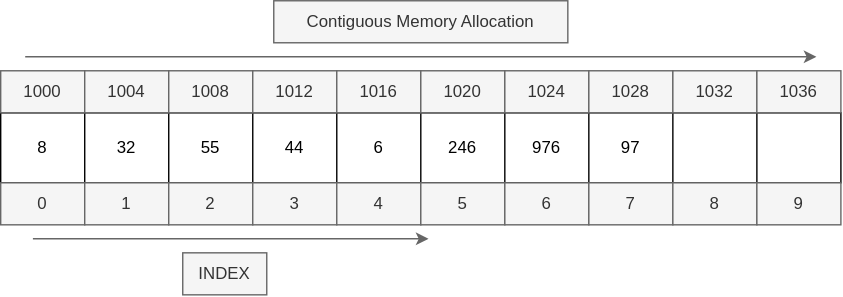
Above: images/arrays/array1D.svg in DeekshaPhaneendraReddyUmmadi/Data-Structures-And-Algorithms (draw.io), before the change. Source tidied: cells renumbered, new cells last; positions are measured from the earlier drawing's top-left corner, leaving out a move shared by most shapes.
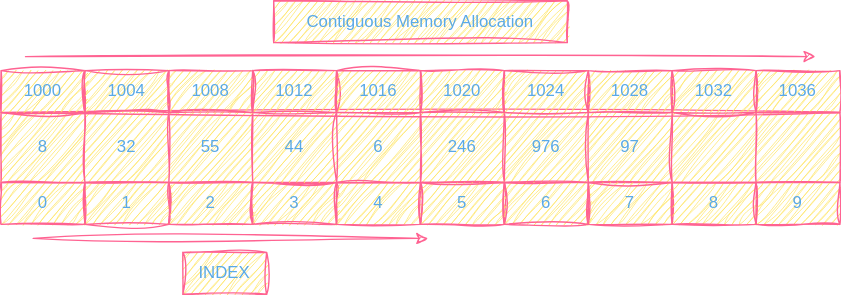
After the change.

What changed in the source:
```diff
@@ -2,163 +2,163 @@
   <root>
     <mxCell id="0" />
     <mxCell id="1" parent="0" />
-    <mxCell id="2" style="rounded=0;whiteSpace=wrap;html=1;" parent="1" vertex="1">
+    <mxCell id="2" style="rounded=0;whiteSpace=wrap;html=1;sketch=1;curveFitting=1;jiggle=2;labelBackgroundColor=none;fillColor=#FFE45E;strokeColor=#FF6392;fontColor=#5AA9E6;" parent="1" vertex="1">
       <mxGeometry y="80" width="600" height="50" as="geometry" />
     </mxCell>
-    <mxCell id="3" style="endArrow=none;html=1;rounded=0;" parent="1" edge="1">
+    <mxCell id="3" style="endArrow=none;html=1;rounded=0;sketch=1;curveFitting=1;jiggle=2;labelBackgroundColor=none;strokeColor=#FF6392;fontColor=default;" parent="1" edge="1">
       <mxGeometry relative="1" as="geometry">
         <mxPoint x="60" y="130" as="sourcePoint" />
         <mxPoint x="60" y="80" as="targetPoint" />
       </mxGeometry>
     </mxCell>
-    <mxCell id="4" style="endArrow=none;html=1;rounded=0;" parent="1" edge="1">
+    <mxCell id="4" style="endArrow=none;html=1;rounded=0;sketch=1;curveFitting=1;jiggle=2;labelBackgroundColor=none;strokeColor=#FF6392;fontColor=default;" parent="1" edge="1">
       <mxGeometry relative="1" as="geometry">
         <mxPoint x="120" y="130" as="sourcePoint" />
         <mxPoint x="120" y="80" as="targetPoint" />
       </mxGeometry>
     </mxCell>
-    <mxCell id="5" style="endArrow=none;html=1;rounded=0;" parent="1" edge="1">
+    <mxCell id="5" style="endArrow=none;html=1;rounded=0;sketch=1;curveFitting=1;jiggle=2;labelBackgroundColor=none;strokeColor=#FF6392;fontColor=default;" parent="1" edge="1">
       <mxGeometry relative="1" as="geometry">
         <mxPoint x="180" y="130" as="sourcePoint" />
         <mxPoint x="180" y="80" as="targetPoint" />
       </mxGeometry>
     </mxCell>
-    <mxCell id="6" style="endArrow=none;html=1;rounded=0;" parent="1" edge="1">
+    <mxCell id="6" style="endArrow=none;html=1;rounded=0;sketch=1;curveFitting=1;jiggle=2;labelBackgroundColor=none;strokeColor=#FF6392;fontColor=default;" parent="1" edge="1">
       <mxGeometry relative="1" as="geometry">
         <mxPoint x="240" y="130" as="sourcePoint" />
         <mxPoint x="240" y="80" as="targetPoint" />
       </mxGeometry>
     </mxCell>
-    <mxCell id="7" style="endArrow=none;html=1;rounded=0;" parent="1" edge="1">
+    <mxCell id="7" style="endArrow=none;html=1;rounded=0;sketch=1;curveFitting=1;jiggle=2;labelBackgroundColor=none;strokeColor=#FF6392;fontColor=default;" parent="1" edge="1">
       <mxGeometry relative="1" as="geometry">
         <mxPoint x="300" y="130" as="sourcePoint" />
         <mxPoint x="300" y="80" as="targetPoint" />
       </mxGeometry>
     </mxCell>
-    <mxCell id="8" style="endArrow=none;html=1;rounded=0;" parent="1" edge="1">
+    <mxCell id="8" style="endArrow=none;html=1;rounded=0;sketch=1;curveFitting=1;jiggle=2;labelBackgroundColor=none;strokeColor=#FF6392;fontColor=default;" parent="1" edge="1">
       <mxGeometry relative="1" as="geometry">
         <mxPoint x="360" y="130" as="sourcePoint" />
         <mxPoint x="360" y="80" as="targetPoint" />
       </mxGeometry>
     </mxCell>
-    <mxCell id="9" style="endArrow=none;html=1;rounded=0;" parent="1" edge="1">
+    <mxCell id="9" style="endArrow=none;html=1;rounded=0;sketch=1;curveFitting=1;jiggle=2;labelBackgroundColor=none;strokeColor=#FF6392;fontColor=default;" parent="1" edge="1">
       <mxGeometry relative="1" as="geometry">
         <mxPoint x="420" y="130" as="sourcePoint" />
         <mxPoint x="420" y="80" as="targetPoint" />
       </mxGeometry>
     </mxCell>
-    <mxCell id="10" style="endArrow=none;html=1;rounded=0;" parent="1" edge="1">
+    <mxCell id="10" style="endArrow=none;html=1;rounded=0;sketch=1;curveFitting=1;jiggle=2;labelBackgroundColor=none;strokeColor=#FF6392;fontColor=default;" parent="1" edge="1">
       <mxGeometry relative="1" as="geometry">
         <mxPoint x="480" y="130" as="sourcePoint" />
         <mxPoint x="480" y="80" as="targetPoint" />
       </mxGeometry>
     </mxCell>
-    <mxCell id="11" value="8" style="text;html=1;align=center;verticalAlign=middle;whiteSpace=wrap;rounded=0;" parent="1" vertex="1">
+    <mxCell id="11" value="8" style="text;html=1;align=center;verticalAlign=middle;whiteSpace=wrap;rounded=0;sketch=1;curveFitting=1;jiggle=2;labelBackgroundColor=none;fontColor=#5AA9E6;" parent="1" vertex="1">
       <mxGeometry y="80" width="60" height="50" as="geometry" />
     </mxCell>
-    <mxCell id="12" value="32" style="text;html=1;align=center;verticalAlign=middle;whiteSpace=wrap;rounded=0;" parent="1" vertex="1">
+    <mxCell id="12" value="32" style="text;html=1;align=center;verticalAlign=middle;whiteSpace=wrap;rounded=0;sketch=1;curveFitting=1;jiggle=2;labelBackgroundColor=none;fontColor=#5AA9E6;" parent="1" vertex="1">
       <mxGeometry x="60" y="80" width="60" height="50" as="geometry" />
     </mxCell>
-    <mxCell id="13" value="55" style="text;html=1;align=center;verticalAlign=middle;whiteSpace=wrap;rounded=0;" parent="1" vertex="1">
+    <mxCell id="13" value="55" style="text;html=1;align=center;verticalAlign=middle;whiteSpace=wrap;rounded=0;sketch=1;curveFitting=1;jiggle=2;labelBackgroundColor=none;fontColor=#5AA9E6;" parent="1" vertex="1">
       <mxGeometry x="120" y="80" width="60" height="50" as="geometry" />
     </mxCell>
-    <mxCell id="14" value="44" style="text;html=1;align=center;verticalAlign=middle;whiteSpace=wrap;rounded=0;" parent="1" vertex="1">
+    <mxCell id="14" value="44" style="text;html=1;align=center;verticalAlign=middle;whiteSpace=wrap;rounded=0;sketch=1;curveFitting=1;jiggle=2;labelBackgroundColor=none;fontColor=#5AA9E6;" parent="1" vertex="1">
       <mxGeometry x="180" y="80" width="60" height="50" as="geometry" />
     </mxCell>
-    <mxCell id="15" value="6" style="text;html=1;align=center;verticalAlign=middle;whiteSpace=wrap;rounded=0;" parent="1" vertex="1">
+    <mxCell id="15" value="6" style="text;html=1;align=center;verticalAlign=middle;whiteSpace=wrap;rounded=0;sketch=1;curveFitting=1;jiggle=2;labelBackgroundColor=none;fontColor=#5AA9E6;" parent="1" vertex="1">
       <mxGeometry x="240" y="80" width="60" height="50" as="geometry" />
     </mxCell>
-    <mxCell id="16" value="246" style="text;html=1;align=center;verticalAlign=middle;whiteSpace=wrap;rounded=0;" parent="1" vertex="1">
+    <mxCell id="16" value="246" style="text;html=1;align=center;verticalAlign=middle;whiteSpace=wrap;rounded=0;sketch=1;curveFitting=1;jiggle=2;labelBackgroundColor=none;fontColor=#5AA9E6;" parent="1" vertex="1">
       <mxGeometry x="300" y="80" width="60" height="50" as="geometry" />
     </mxCell>
-    <mxCell id="17" value="976" style="text;html=1;align=center;verticalAlign=middle;whiteSpace=wrap;rounded=0;" parent="1" vertex="1">
+    <mxCell id="17" value="976" style="text;html=1;align=center;verticalAlign=middle;whiteSpace=wrap;rounded=0;sketch=1;curveFitting=1;jiggle=2;labelBackgroundColor=none;fontColor=#5AA9E6;" parent="1" vertex="1">
       <mxGeometry x="360" y="80" width="60" height="50" as="geometry" />
     </mxCell>
-    <mxCell id="18" style="endArrow=none;html=1;rounded=0;" parent="1" edge="1">
+    <mxCell id="18" style="endArrow=none;html=1;rounded=0;sketch=1;curveFitting=1;jiggle=2;labelBackgroundColor=none;strokeColor=#FF6392;fontColor=default;" parent="1" edge="1">
       <mxGeometry relative="1" as="geometry">
         <mxPoint x="540" y="130" as="sourcePoint" />
         <mxPoint x="540" y="80" as="targetPoint" />
       </mxGeometry>
     </mxCell>
-    <mxCell id="19" value="97" style="text;html=1;align=center;verticalAlign=middle;whiteSpace=wrap;rounded=0;" parent="1" vertex="1">
+    <mxCell id="19" value="97" style="text;html=1;align=center;verticalAlign=middle;whiteSpace=wrap;rounded=0;sketch=1;curveFitting=1;jiggle=2;labelBackgroundColor=none;fontColor=#5AA9E6;" parent="1" vertex="1">
       <mxGeometry x="420" y="80" width="60" height="50" as="geometry" />
     </mxCell>
-    <mxCell id="20" value="1000" style="text;html=1;align=center;verticalAlign=middle;whiteSpace=wrap;rounded=0;fillColor=#f5f5f5;strokeColor=#666666;fontColor=#333333;" parent="1" vertex="1">
+    <mxCell id="20" value="1000" style="text;html=1;align=center;verticalAlign=middle;whiteSpace=wrap;rounded=0;fillColor=#FFE45E;strokeColor=#FF6392;fontColor=#5AA9E6;sketch=1;curveFitting=1;jiggle=2;labelBackgroundColor=none;" parent="1" vertex="1">
       <mxGeometry y="50" width="60" height="30" as="geometry" />
     </mxCell>
-    <mxCell id="21" value="1004" style="text;html=1;align=center;verticalAlign=middle;whiteSpace=wrap;rounded=0;fillColor=#f5f5f5;strokeColor=#666666;fontColor=#333333;" parent="1" vertex="1">
+    <mxCell id="21" value="1004" style="text;html=1;align=center;verticalAlign=middle;whiteSpace=wrap;rounded=0;fillColor=#FFE45E;strokeColor=#FF6392;fontColor=#5AA9E6;sketch=1;curveFitting=1;jiggle=2;labelBackgroundColor=none;" parent="1" vertex="1">
       <mxGeometry x="60" y="50" width="60" height="30" as="geometry" />
     </mxCell>
-    <mxCell id="22" value="1008" style="text;html=1;align=center;verticalAlign=middle;whiteSpace=wrap;rounded=0;fillColor=#f5f5f5;strokeColor=#666666;fontColor=#333333;" parent="1" vertex="1">
+    <mxCell id="22" value="1008" style="text;html=1;align=center;verticalAlign=middle;whiteSpace=wrap;rounded=0;fillColor=#FFE45E;strokeColor=#FF6392;fontColor=#5AA9E6;sketch=1;curveFitting=1;jiggle=2;labelBackgroundColor=none;" parent="1" vertex="1">
       <mxGeometry x="120" y="50" width="60" height="30" as="geometry" />
     </mxCell>
-    <mxCell id="23" value="1012" style="text;html=1;align=center;verticalAlign=middle;whiteSpace=wrap;rounded=0;fillColor=#f5f5f5;strokeColor=#666666;fontColor=#333333;" parent="1" vertex="1">
+    <mxCell id="23" value="1012" style="text;html=1;align=center;verticalAlign=middle;whiteSpace=wrap;rounded=0;fillColor=#FFE45E;strokeColor=#FF6392;fontColor=#5AA9E6;sketch=1;curveFitting=1;jiggle=2;labelBackgroundColor=none;" parent="1" vertex="1">
       <mxGeometry x="180" y="50" width="60" height="30" as="geometry" />
     </mxCell>
-    <mxCell id="24" value="1016" style="text;html=1;align=center;verticalAlign=middle;whiteSpace=wrap;rounded=0;fillColor=#f5f5f5;strokeColor=#666666;fontColor=#333333;" parent="1" vertex="1">
+    <mxCell id="24" value="1016" style="text;html=1;align=center;verticalAlign=middle;whiteSpace=wrap;rounded=0;fillColor=#FFE45E;strokeColor=#FF6392;fontColor=#5AA9E6;sketch=1;curveFitting=1;jiggle=2;labelBackgroundColor=none;" parent="1" vertex="1">
       <mxGeometry x="240" y="50" width="60" height="30" as="geometry" />
     </mxCell>
-    <mxCell id="25" value="1020" style="text;html=1;align=center;verticalAlign=middle;whiteSpace=wrap;rounded=0;fillColor=#f5f5f5;strokeColor=#666666;fontColor=#333333;" parent="1" vertex="1">
+    <mxCell id="25" value="1020" style="text;html=1;align=center;verticalAlign=middle;whiteSpace=wrap;rounded=0;fillColor=#FFE45E;strokeColor=#FF6392;fontColor=#5AA9E6;sketch=1;curveFitting=1;jiggle=2;labelBackgroundColor=none;" parent="1" vertex="1">
       <mxGeometry x="300" y="50" width="60" height="30" as="geometry" />
     </mxCell>
-    <mxCell id="26" value="1024" style="text;html=1;align=center;verticalAlign=middle;whiteSpace=wrap;rounded=0;fillColor=#f5f5f5;strokeColor=#666666;fontColor=#333333;" parent="1" vertex="1">
+    <mxCell id="26" value="1024" style="text;html=1;align=center;verticalAlign=middle;whiteSpace=wrap;rounded=0;fillColor=#FFE45E;strokeColor=#FF6392;fontColor=#5AA9E6;sketch=1;curveFitting=1;jiggle=2;labelBackgroundColor=none;" parent="1" vertex="1">
       <mxGeometry x="360" y="50" width="60" height="30" as="geometry" />
     </mxCell>
-    <mxCell id="27" value="1028" style="text;html=1;align=center;verticalAlign=middle;whiteSpace=wrap;rounded=0;fillColor=#f5f5f5;strokeColor=#666666;fontColor=#333333;" parent="1" vertex="1">
+    <mxCell id="27" value="1028" style="text;html=1;align=center;verticalAlign=middle;whiteSpace=wrap;rounded=0;fillColor=#FFE45E;strokeColor=#FF6392;fontColor=#5AA9E6;sketch=1;curveFitting=1;jiggle=2;labelBackgroundColor=none;" parent="1" vertex="1">
       <mxGeometry x="420" y="50" width="60" height="30" as="geometry" />
     </mxCell>
-    <mxCell id="28" value="1032" style="text;html=1;align=center;verticalAlign=middle;whiteSpace=wrap;rounded=0;fillColor=#f5f5f5;strokeColor=#666666;fontColor=#333333;" parent="1" vertex="1">
+    <mxCell id="28" value="1032" style="text;html=1;align=center;verticalAlign=middle;whiteSpace=wrap;rounded=0;fillColor=#FFE45E;strokeColor=#FF6392;fontColor=#5AA9E6;sketch=1;curveFitting=1;jiggle=2;labelBackgroundColor=none;" parent="1" vertex="1">
       <mxGeometry x="480" y="50" width="60" height="30" as="geometry" />
     </mxCell>
-    <mxCell id="29" value="1036" style="text;html=1;align=center;verticalAlign=middle;whiteSpace=wrap;rounded=0;fillColor=#f5f5f5;strokeColor=#666666;fontColor=#333333;" parent="1" vertex="1">
+    <mxCell id="29" value="1036" style="text;html=1;align=center;verticalAlign=middle;whiteSpace=wrap;rounded=0;fillColor=#FFE45E;strokeColor=#FF6392;fontColor=#5AA9E6;sketch=1;curveFitting=1;jiggle=2;labelBackgroundColor=none;" parent="1" vertex="1">
       <mxGeometry x="540" y="50" width="60" height="30" as="geometry" />
     </mxCell>
-    <mxCell id="30" value="0" style="text;html=1;align=center;verticalAlign=middle;whiteSpace=wrap;rounded=0;fillColor=#f5f5f5;strokeColor=#666666;fontColor=#333333;" parent="1" vertex="1">
+    <mxCell id="30" value="0" style="text;html=1;align=center;verticalAlign=middle;whiteSpace=wrap;rounded=0;fillColor=#FFE45E;strokeColor=#FF6392;fontColor=#5AA9E6;sketch=1;curveFitting=1;jiggle=2;labelBackgroundColor=none;" parent="1" vertex="1">
       <mxGeometry y="130" width="60" height="30" as="geometry" />
     </mxCell>
-    <mxCell id="31" value="1" style="text;html=1;align=center;verticalAlign=middle;whiteSpace=wrap;rounded=0;fillColor=#f5f5f5;strokeColor=#666666;fontColor=#333333;" parent="1" vertex="1">
+    <mxCell id="31" value="1" style="text;html=1;align=center;verticalAlign=middle;whiteSpace=wrap;rounded=0;fillColor=#FFE45E;strokeColor=#FF6392;fontColor=#5AA9E6;sketch=1;curveFitting=1;jiggle=2;labelBackgroundColor=none;" parent="1" vertex="1">
       <mxGeometry x="60" y="130" width="60" height="30" as="geometry" />
     </mxCell>
-    <mxCell id="32" value="2" style="text;html=1;align=center;verticalAlign=middle;whiteSpace=wrap;rounded=0;fillColor=#f5f5f5;strokeColor=#666666;fontColor=#333333;" parent="1" vertex="1">
+    <mxCell id="32" value="2" style="text;html=1;align=center;verticalAlign=middle;whiteSpace=wrap;rounded=0;fillColor=#FFE45E;strokeColor=#FF6392;fontColor=#5AA9E6;sketch=1;curveFitting=1;jiggle=2;labelBackgroundColor=none;" parent="1" vertex="1">
       <mxGeometry x="120" y="130" width="60" height="30" as="geometry" />
     </mxCell>
-    <mxCell id="33" value="3" style="text;html=1;align=center;verticalAlign=middle;whiteSpace=wrap;rounded=0;fillColor=#f5f5f5;strokeColor=#666666;fontColor=#333333;" parent="1" vertex="1">
+    <mxCell id="33" value="3" style="text;html=1;align=center;verticalAlign=middle;whiteSpace=wrap;rounded=0;fillColor=#FFE45E;strokeColor=#FF6392;fontColor=#5AA9E6;sketch=1;curveFitting=1;jiggle=2;labelBackgroundColor=none;" parent="1" vertex="1">
       <mxGeometry x="180" y="130" width="60" height="30" as="geometry" />
     </mxCell>
-    <mxCell id="34" value="4" style="text;html=1;align=center;verticalAlign=middle;whiteSpace=wrap;rounded=0;fillColor=#f5f5f5;strokeColor=#666666;fontColor=#333333;" parent="1" vertex="1">
+    <mxCell id="34" value="4" style="text;html=1;align=center;verticalAlign=middle;whiteSpace=wrap;rounded=0;fillColor=#FFE45E;strokeColor=#FF6392;fontColor=#5AA9E6;sketch=1;curveFitting=1;jiggle=2;labelBackgroundColor=none;" parent="1" vertex="1">
       <mxGeometry x="240" y="130" width="60" height="30" as="geometry" />
     </mxCell>
-    <mxCell id="35" value="5" style="text;html=1;align=center;verticalAlign=middle;whiteSpace=wrap;rounded=0;fillColor=#f5f5f5;strokeColor=#666666;fontColor=#333333;" parent="1" vertex="1">
+    <mxCell id="35" value="5" style="text;html=1;align=center;verticalAlign=middle;whiteSpace=wrap;rounded=0;fillColor=#FFE45E;strokeColor=#FF6392;fontColor=#5AA9E6;sketch=1;curveFitting=1;jiggle=2;labelBackgroundColor=none;" parent="1" vertex="1">
       <mxGeometry x="300" y="130" width="60" height="30" as="geometry" />
     </mxCell>
-    <mxCell id="36" value="6" style="text;html=1;align=center;verticalAlign=middle;whiteSpace=wrap;rounded=0;fillColor=#f5f5f5;strokeColor=#666666;fontColor=#333333;" parent="1" vertex="1">
+    <mxCell id="36" value="6" style="text;html=1;align=center;verticalAlign=middle;whiteSpace=wrap;rounded=0;fillColor=#FFE45E;strokeColor=#FF6392;fontColor=#5AA9E6;sketch=1;curveFitting=1;jiggle=2;labelBackgroundColor=none;" parent="1" vertex="1">
       <mxGeometry x="360" y="130" width="60" height="30" as="geometry" />
     </mxCell>
-    <mxCell id="37" value="7" style="text;html=1;align=center;verticalAlign=middle;whiteSpace=wrap;rounded=0;fillColor=#f5f5f5;strokeColor=#666666;fontColor=#333333;" parent="1" vertex="1">
+    <mxCell id="37" value="7" style="text;html=1;align=center;verticalAlign=middle;whiteSpace=wrap;rounded=0;fillColor=#FFE45E;strokeColor=#FF6392;fontColor=#5AA9E6;sketch=1;curveFitting=1;jiggle=2;labelBackgroundColor=none;" parent="1" vertex="1">
       <mxGeometry x="420" y="130" width="60" height="30" as="geometry" />
     </mxCell>
-    <mxCell id="38" value="8" style="text;html=1;align=center;verticalAlign=middle;whiteSpace=wrap;rounded=0;fillColor=#f5f5f5;strokeColor=#666666;fontColor=#333333;" parent="1" vertex="1">
+    <mxCell id="38" value="8" style="text;html=1;align=center;verticalAlign=middle;whiteSpace=wrap;rounded=0;fillColor=#FFE45E;strokeColor=#FF6392;fontColor=#5AA9E6;sketch=1;curveFitting=1;jiggle=2;labelBackgroundColor=none;" parent="1" vertex="1">
       <mxGeometry x="480" y="130" width="60" height="30" as="geometry" />
     </mxCell>
-    <mxCell id="39" value="9" style="text;html=1;align=center;verticalAlign=middle;whiteSpace=wrap;rounded=0;fillColor=#f5f5f5;strokeColor=#666666;fontColor=#333333;" parent="1" vertex="1">
+    <mxCell id="39" value="9" style="text;html=1;align=center;verticalAlign=middle;whiteSpace=wrap;rounded=0;fillColor=#FFE45E;strokeColor=#FF6392;fontColor=#5AA9E6;sketch=1;curveFitting=1;jiggle=2;labelBackgroundColor=none;" parent="1" vertex="1">
       <mxGeometry x="540" y="130" width="60" height="30" as="geometry" />
     </mxCell>
-    <mxCell id="40" style="endArrow=classic;html=1;rounded=0;entryX=0.75;entryY=0;entryDx=0;entryDy=0;fillColor=#f5f5f5;strokeColor=#666666;" parent="1" edge="1">
+    <mxCell id="40" style="endArrow=classic;html=1;rounded=0;entryX=0.75;entryY=0;entryDx=0;entryDy=0;fillColor=#FFE45E;strokeColor=#FF6392;sketch=1;curveFitting=1;jiggle=2;labelBackgroundColor=none;fontColor=default;" parent="1" edge="1">
       <mxGeometry relative="1" as="geometry">
         <mxPoint x="17.5" y="40" as="sourcePoint" />
         <mxPoint x="582.5" y="40" as="targetPoint" />
       </mxGeometry>
     </mxCell>
-    <mxCell id="41" style="endArrow=classic;html=1;rounded=0;fillColor=#f5f5f5;strokeColor=#666666;" parent="1" edge="1">
+    <mxCell id="41" style="endArrow=classic;html=1;rounded=0;fillColor=#FFE45E;strokeColor=#FF6392;sketch=1;curveFitting=1;jiggle=2;labelBackgroundColor=none;fontColor=default;" parent="1" edge="1">
       <mxGeometry relative="1" as="geometry">
         <mxPoint x="23" y="170" as="sourcePoint" />
         <mxPoint x="305.5" y="170" as="targetPoint" />
       </mxGeometry>
     </mxCell>
-    <mxCell id="42" value="INDEX" style="text;html=1;align=center;verticalAlign=middle;whiteSpace=wrap;rounded=0;fillColor=#f5f5f5;strokeColor=#666666;fontColor=#333333;" parent="1" vertex="1">
+    <mxCell id="42" value="INDEX" style="text;html=1;align=center;verticalAlign=middle;whiteSpace=wrap;rounded=0;fillColor=#FFE45E;strokeColor=#FF6392;fontColor=#5AA9E6;sketch=1;curveFitting=1;jiggle=2;labelBackgroundColor=none;" parent="1" vertex="1">
       <mxGeometry x="130" y="180" width="60" height="30" as="geometry" />
     </mxCell>
-    <mxCell id="43" value="Contiguous&amp;nbsp;Memory Allocation" style="text;html=1;align=center;verticalAlign=middle;whiteSpace=wrap;rounded=0;fillColor=#f5f5f5;strokeColor=#666666;fontColor=#333333;" parent="1" vertex="1">
+    <mxCell id="43" value="Contiguous&amp;nbsp;Memory Allocation" style="text;html=1;align=center;verticalAlign=middle;whiteSpace=wrap;rounded=0;fillColor=#FFE45E;strokeColor=#FF6392;fontColor=#5AA9E6;sketch=1;curveFitting=1;jiggle=2;labelBackgroundColor=none;" parent="1" vertex="1">
       <mxGeometry x="195" width="210" height="30" as="geometry" />
     </mxCell>
   </root>
```
